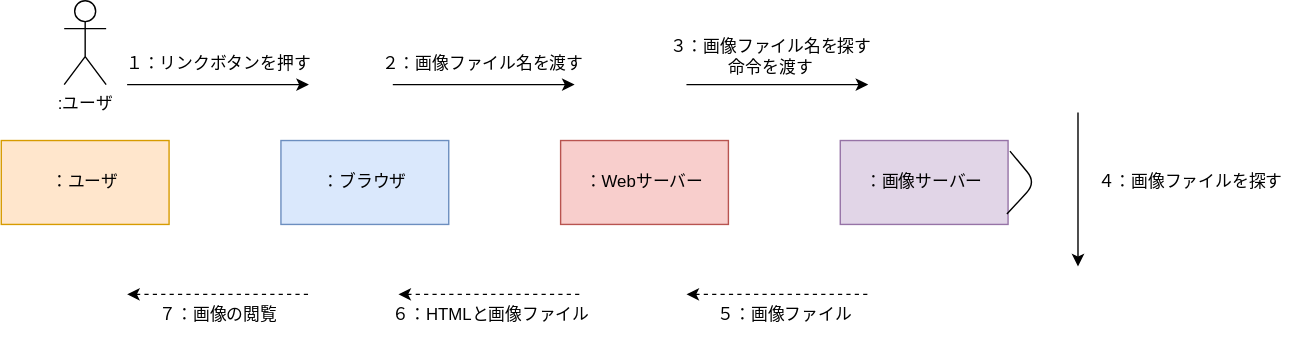
Nakmura0121/uml-introduction keeps this draw.io diagram as 演習５-1_CD_Web画像検索.drawio.svg. Above is the earlier version. Source tidied: cells renumbered, new cells last; positions are measured from the earlier drawing's top-left corner, leaving out a move shared by most shapes.
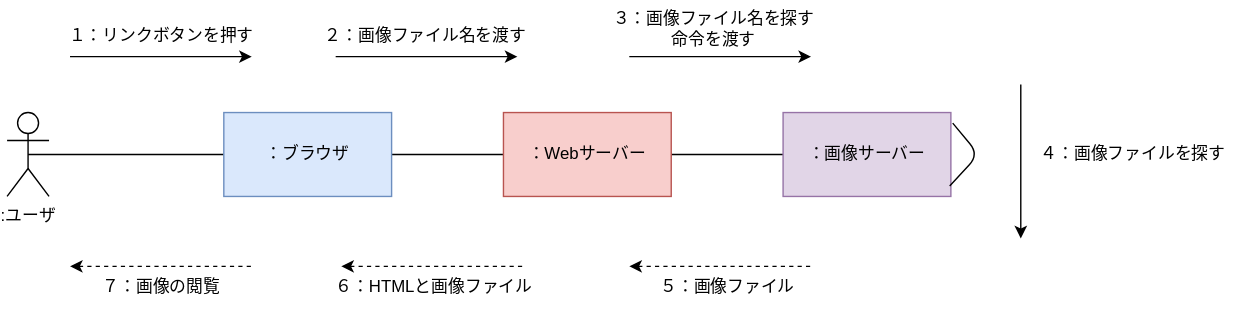
Later version of the same file.

Diff of the diagram source:
```diff
@@ -2,12 +2,21 @@
   <root>
     <mxCell id="0" />
     <mxCell id="1" parent="0" />
+    <mxCell id="22" style="edgeStyle=none;html=1;exitX=0.5;exitY=0.5;exitDx=0;exitDy=0;exitPerimeter=0;entryX=0;entryY=0.5;entryDx=0;entryDy=0;endArrow=none;endFill=0;" parent="1" edge="1" source="2" target="3">
+      <mxGeometry relative="1" as="geometry" />
+    </mxCell>
     <mxCell id="2" value=":ユーザ" style="shape=umlActor;verticalLabelPosition=bottom;verticalAlign=top;html=1;outlineConnect=0;" parent="1" vertex="1">
-      <mxGeometry x="45" width="30" height="60" as="geometry" />
+      <mxGeometry x="45" y="100" width="30" height="60" as="geometry" />
     </mxCell>
+    <mxCell id="23" style="edgeStyle=none;html=1;exitX=1;exitY=0.5;exitDx=0;exitDy=0;entryX=0;entryY=0.5;entryDx=0;entryDy=0;endArrow=none;endFill=0;" parent="1" edge="1" source="3" target="4">
+      <mxGeometry relative="1" as="geometry" />
+    </mxCell>
     <mxCell id="3" value="：ブラウザ" style="rounded=0;whiteSpace=wrap;html=1;fillColor=#dae8fc;strokeColor=#6c8ebf;" parent="1" vertex="1">
       <mxGeometry x="200" y="100" width="120" height="60" as="geometry" />
     </mxCell>
+    <mxCell id="24" style="edgeStyle=none;html=1;exitX=1;exitY=0.5;exitDx=0;exitDy=0;entryX=0;entryY=0.5;entryDx=0;entryDy=0;endArrow=none;endFill=0;" parent="1" edge="1" source="4" target="5">
+      <mxGeometry relative="1" as="geometry" />
+    </mxCell>
     <mxCell id="4" value="：Webサーバー" style="rounded=0;whiteSpace=wrap;html=1;fillColor=#f8cecc;strokeColor=#b85450;" parent="1" vertex="1">
       <mxGeometry x="400" y="100" width="120" height="60" as="geometry" />
     </mxCell>
@@ -26,9 +35,6 @@
         <mxPoint x="620" y="60" as="targetPoint" />
       </mxGeometry>
     </mxCell>
-    <mxCell id="8" value="：ユーザ" style="rounded=0;whiteSpace=wrap;html=1;fillColor=#ffe6cc;strokeColor=#d79b00;" parent="1" vertex="1">
-      <mxGeometry y="100" width="120" height="60" as="geometry" />
-    </mxCell>
     <mxCell id="9" style="endArrow=classic;html=1;" parent="1" edge="1">
       <mxGeometry relative="1" as="geometry">
         <mxPoint x="90" y="60" as="sourcePoint" />
```
